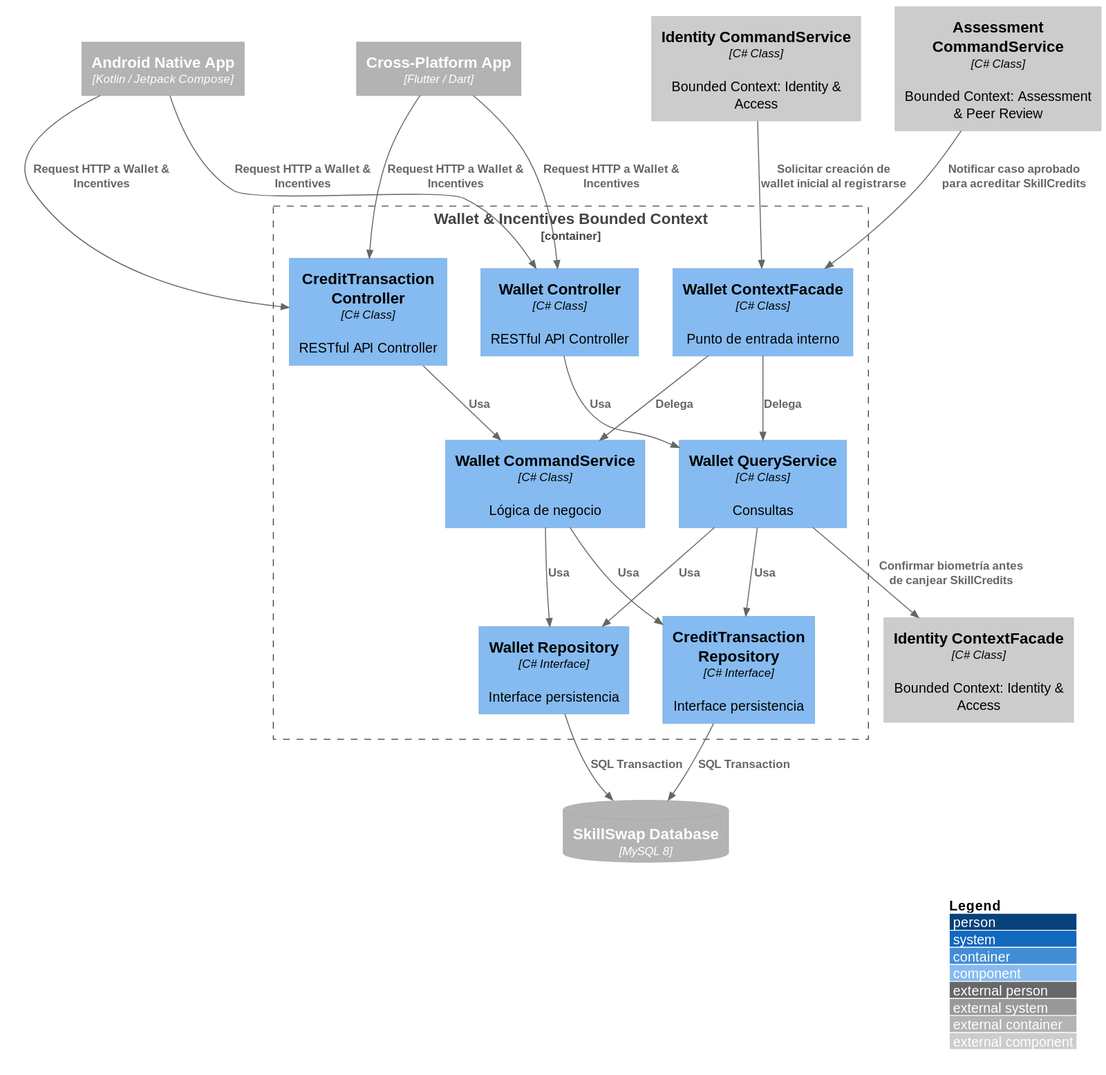
Above: images-doc/WalletIncentivesComponent.svg in Aplicaciones-Dispositivos-Moviles/SkillSwap-ProjectReport (PlantUML), before the change.
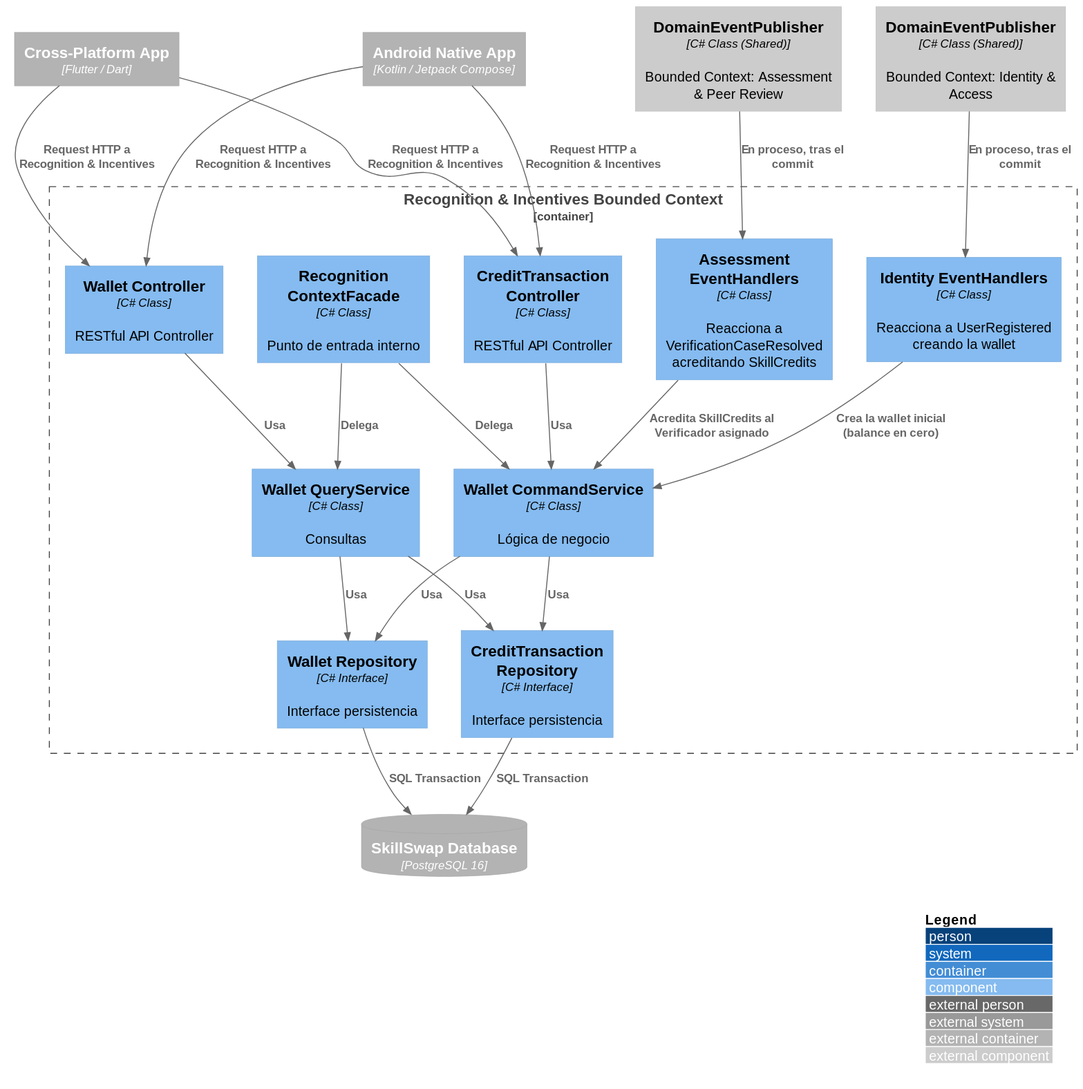
Above is the later version.

Change to the diagram source:
```diff
@@ -5,26 +5,27 @@
 
 Container_Ext(androidApp, "Android Native App", "Kotlin / Jetpack Compose")
 Container_Ext(flutterApp, "Cross-Platform App", "Flutter / Dart")
-ContainerDb_Ext(mainDB, "SkillSwap Database", "MySQL 8")
+ContainerDb_Ext(mainDB, "SkillSwap Database", "PostgreSQL 16")
 
-Container_Boundary(walletBC, "Wallet & Incentives Bounded Context") {
+Container_Boundary(recognitionBC, "Recognition & Incentives Bounded Context") {
     Component(walletController, "Wallet Controller", "C# Class", "RESTful API Controller")
     Component(creditTransactionController, "CreditTransaction Controller", "C# Class", "RESTful API Controller")
     Component(walletCommandService, "Wallet CommandService", "C# Class", "Lógica de negocio")
     Component(walletQueryService, "Wallet QueryService", "C# Class", "Consultas")
+    Component(identityEventHandlers, "Identity EventHandlers", "C# Class", "Reacciona a UserRegistered creando la wallet")
+    Component(assessmentEventHandlers, "Assessment EventHandlers", "C# Class", "Reacciona a VerificationCaseResolved acreditando SkillCredits")
     Component(walletRepository, "Wallet Repository", "C# Interface", "Interface persistencia")
     Component(creditTransactionRepository, "CreditTransaction Repository", "C# Interface", "Interface persistencia")
-    Component(walletContextFacade, "Wallet ContextFacade", "C# Class", "Punto de entrada interno")
+    Component(recognitionContextFacade, "Recognition ContextFacade", "C# Class", "Punto de entrada interno")
 }
 
-Component_Ext(identityCommandService, "Identity CommandService", "C# Class", "Bounded Context: Identity & Access")
-Component_Ext(identityContextFacade, "Identity ContextFacade", "C# Class", "Bounded Context: Identity & Access")
-Component_Ext(assessmentCommandService, "Assessment CommandService", "C# Class", "Bounded Context: Assessment & Peer Review")
+Component_Ext(identityDomainEventPublisher, "DomainEventPublisher", "C# Class (Shared)", "Bounded Context: Identity & Access")
+Component_Ext(assessmentDomainEventPublisher, "DomainEventPublisher", "C# Class (Shared)", "Bounded Context: Assessment & Peer Review")
 
-Rel(androidApp, walletController, "Request HTTP a Wallet & Incentives")
-Rel(flutterApp, walletController, "Request HTTP a Wallet & Incentives")
-Rel(androidApp, creditTransactionController, "Request HTTP a Wallet & Incentives")
-Rel(flutterApp, creditTransactionController, "Request HTTP a Wallet & Incentives")
+Rel(androidApp, walletController, "Request HTTP a Recognition & Incentives")
+Rel(flutterApp, walletController, "Request HTTP a Recognition & Incentives")
+Rel(androidApp, creditTransactionController, "Request HTTP a Recognition & Incentives")
+Rel(flutterApp, creditTransactionController, "Request HTTP a Recognition & Incentives")
 
 Rel(walletController, walletQueryService, "Usa")
 Rel(creditTransactionController, walletCommandService, "Usa")
@@ -36,11 +37,12 @@
 Rel(walletRepository, mainDB, "SQL Transaction")
 Rel(creditTransactionRepository, mainDB, "SQL Transaction")
 
-Rel(walletQueryService, identityContextFacade, "Confirmar biometría antes de canjear SkillCredits")
+Rel(identityDomainEventPublisher, identityEventHandlers, "En proceso, tras el commit")
+Rel(identityEventHandlers, walletCommandService, "Crea la wallet inicial (balance en cero)")
 
-Rel(walletContextFacade, walletCommandService, "Delega")
-Rel(walletContextFacade, walletQueryService, "Delega")
+Rel(assessmentDomainEventPublisher, assessmentEventHandlers, "En proceso, tras el commit")
+Rel(assessmentEventHandlers, walletCommandService, "Acredita SkillCredits al Verificador asignado")
 
-Rel(identityCommandService, walletContextFacade, "Solicitar creación de wallet inicial al registrarse")
-Rel(assessmentCommandService, walletContextFacade, "Notificar caso aprobado para acreditar SkillCredits")
+Rel(recognitionContextFacade, walletCommandService, "Delega")
+Rel(recognitionContextFacade, walletQueryService, "Delega")
 @enduml
```
